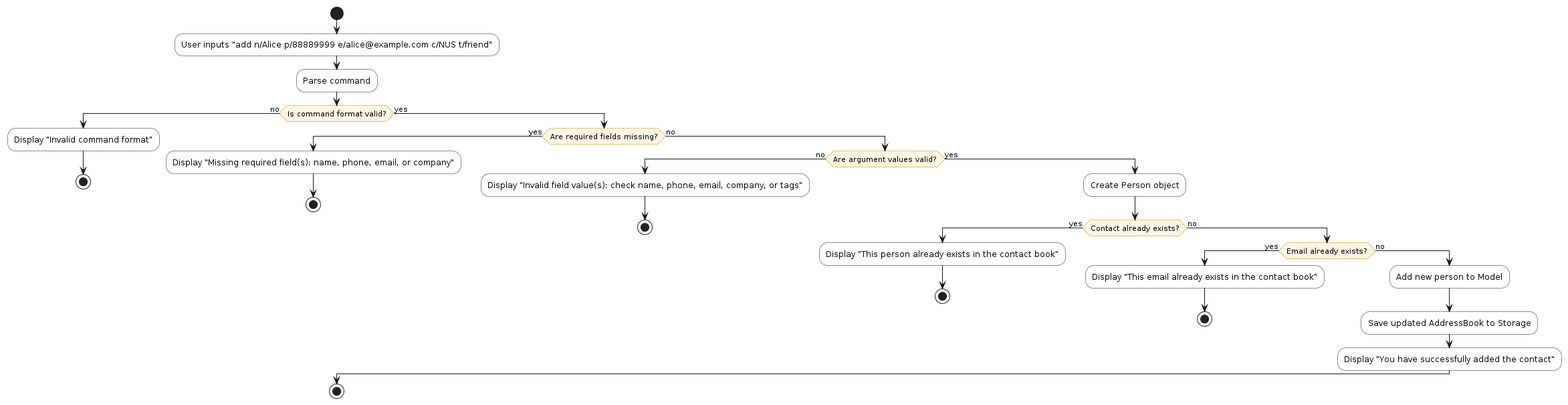
Above: diagrams/AddCommandActivityDiagram.png in joelchongg/tp (PlantUML), before the change. Its source is kept beside it as diagrams/AddCommandActivityDiagram.puml.
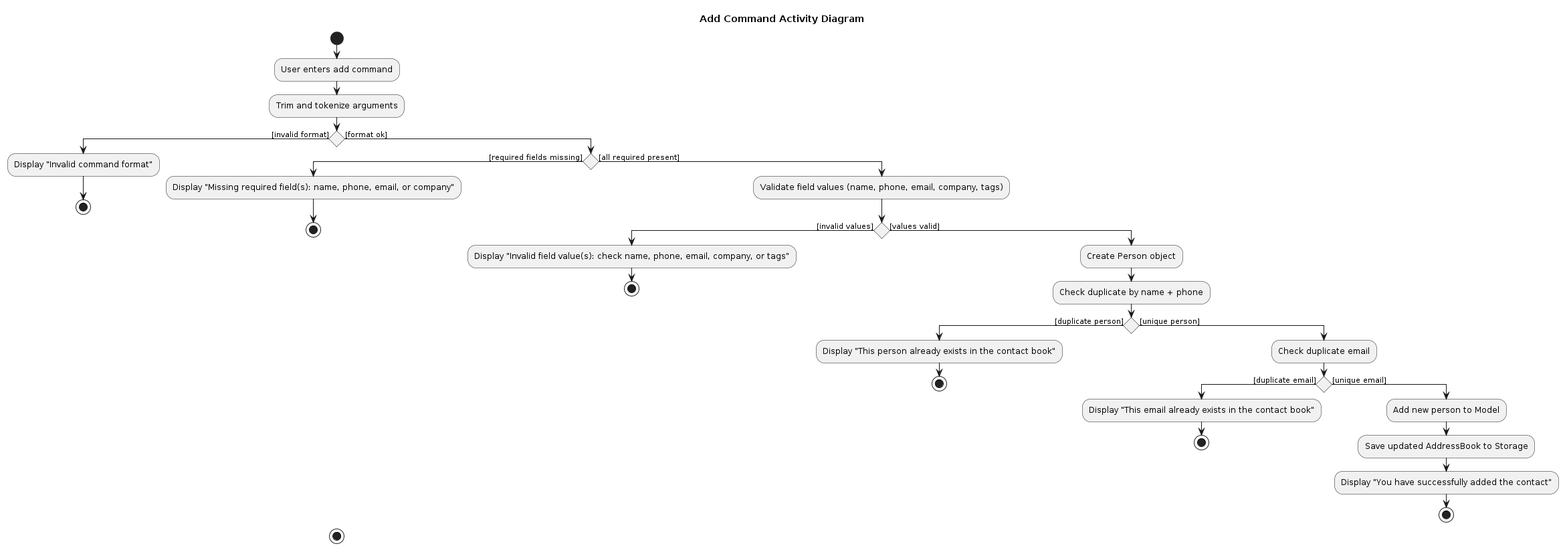
Later version of the same file.

What changed in the source:
```diff
@@ -1,45 +1,43 @@
 @startuml
-!include style.puml
-skinparam ArrowFontStyle plain
-skinparam activity {
-    BackgroundColor White
-    DiamondBackgroundColor #FDF6E3
-    DiamondBorderColor #B58900
-}
+title Add Command Activity Diagram
 
 start
 
-:User inputs "add n/Alice p/88889999 e/alice@example.com c/NUS t/friend";
-:Parse command;
+:User enters add command;
+:Trim and tokenize arguments;
 
-if (Is command format valid?) then (no)
-    :Display "Invalid command format";
+if () then ([invalid format])
+  :Display "Invalid command format";
+  stop
+else ([format ok])
+  if () then ([required fields missing])
+    :Display "Missing required field(s): name, phone, email, or company";
     stop
-else (yes)
-    if (Are required fields missing?) then (yes)
-        :Display "Missing required field(s): name, phone, email, or company";
+  else ([all required present])
+    :Validate field values (name, phone, email, company, tags);
+    if () then ([invalid values])
+      :Display "Invalid field value(s): check name, phone, email, company, or tags";
+      stop
+    else ([values valid])
+      :Create Person object;
+      :Check duplicate by name + phone;
+      if () then ([duplicate person])
+        :Display "This person already exists in the contact book";
         stop
-    else (no)
-        if (Are argument values valid?) then (no)
-            :Display "Invalid field value(s): check name, phone, email, company, or tags";
-            stop
-        else (yes)
-            :Create Person object;
-            if (Contact already exists?) then (yes)
-                :Display "This person already exists in the contact book";
-                stop
-            else (no)
-                if (Email already exists?) then (yes)
-                    :Display "This email already exists in the contact book";
-                    stop
-                else (no)
-                    :Add new person to Model;
-                    :Save updated AddressBook to Storage;
-                    :Display "You have successfully added the contact";
-                endif
-            endif
+      else ([unique person])
+        :Check duplicate email;
+        if () then ([duplicate email])
+          :Display "This email already exists in the contact book";
+          stop
+        else ([unique email])
+          :Add new person to Model;
+          :Save updated AddressBook to Storage;
+          :Display "You have successfully added the contact";
+          stop
         endif
+      endif
     endif
+  endif
 endif
 
 stop
```
